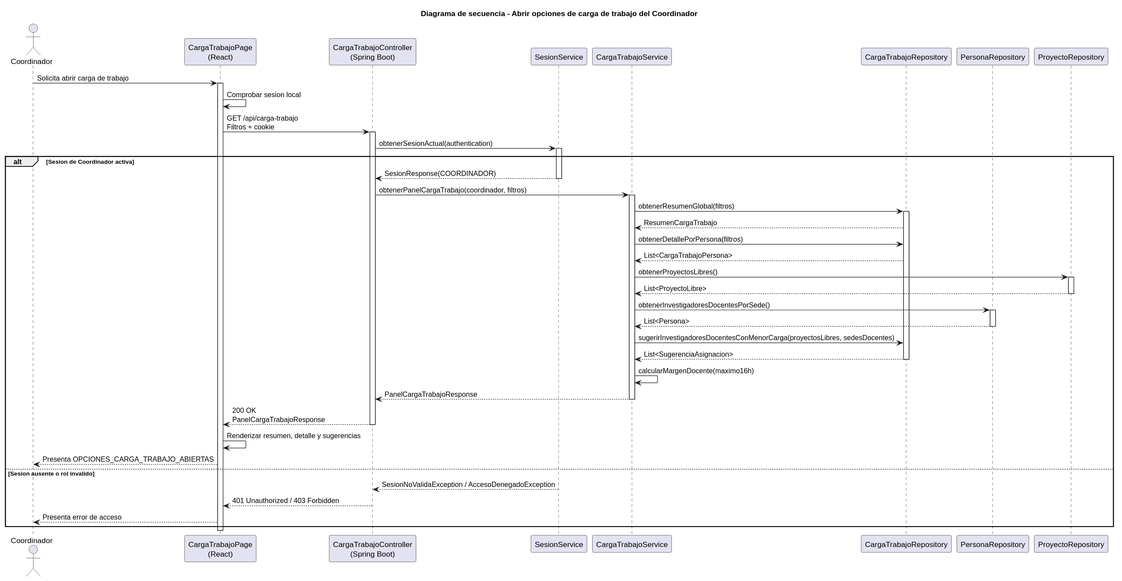
Before: images/RUP/02-diseño/casos-uso/coordinador/abrirOpcionesCargaTrabajo/secuencia.svg, a diagram exported from PlantUML (beatriizorozco/25-26-idsw2-sdVC).
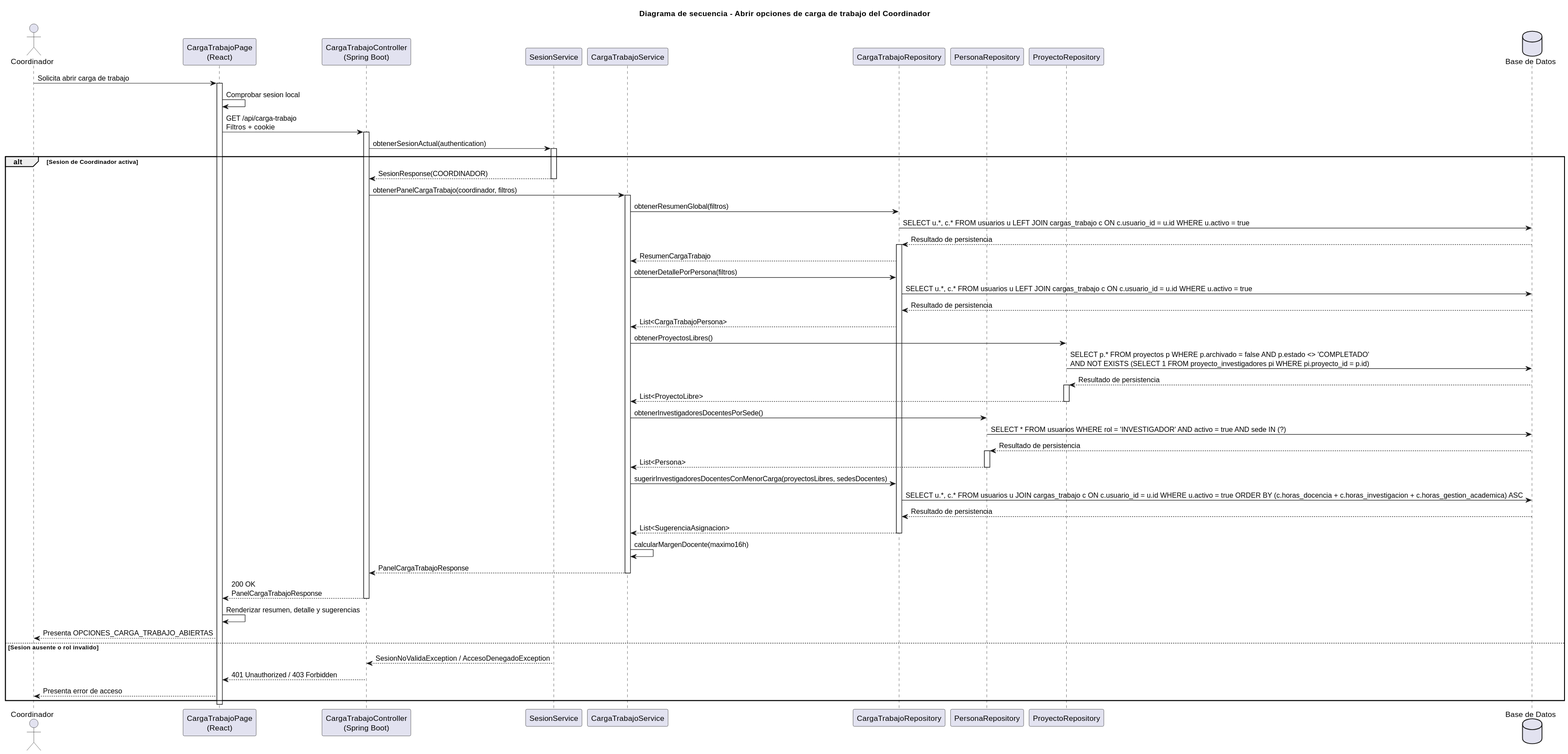
After the change.

What changed in the source:
```diff
@@ -9,6 +9,7 @@
 participant "CargaTrabajoRepository" as CargaRepo
 participant "PersonaRepository" as PersonaRepo
 participant "ProyectoRepository" as ProyectoRepo
+database "Base de Datos" as DB
 
 Coordinador -> Frontend: Solicita abrir carga de trabajo
 activate Frontend
@@ -23,19 +24,29 @@
     Api -> Service: obtenerPanelCargaTrabajo(coordinador, filtros)
     activate Service
     Service -> CargaRepo: obtenerResumenGlobal(filtros)
+    CargaRepo -> DB: SELECT u.*, c.* FROM usuarios u LEFT JOIN cargas_trabajo c ON c.usuario_id = u.id WHERE u.activo = true
+    DB --> CargaRepo: Resultado de persistencia
     activate CargaRepo
     CargaRepo --> Service: ResumenCargaTrabajo
     Service -> CargaRepo: obtenerDetallePorPersona(filtros)
+    CargaRepo -> DB: SELECT u.*, c.* FROM usuarios u LEFT JOIN cargas_trabajo c ON c.usuario_id = u.id WHERE u.activo = true
+    DB --> CargaRepo: Resultado de persistencia
     CargaRepo --> Service: List<CargaTrabajoPersona>
     Service -> ProyectoRepo: obtenerProyectosLibres()
+ProyectoRepo -> DB: SELECT p.* FROM proyectos p WHERE p.archivado = false AND p.estado <> 'COMPLETADO'\nAND NOT EXISTS (SELECT 1 FROM proyecto_investigadores pi WHERE pi.proyecto_id = p.id)
+    DB --> ProyectoRepo: Resultado de persistencia
     activate ProyectoRepo
     ProyectoRepo --> Service: List<ProyectoLibre>
     deactivate ProyectoRepo
     Service -> PersonaRepo: obtenerInvestigadoresDocentesPorSede()
+    PersonaRepo -> DB: SELECT * FROM usuarios WHERE rol = 'INVESTIGADOR' AND activo = true AND sede IN (?)
+    DB --> PersonaRepo: Resultado de persistencia
     activate PersonaRepo
     PersonaRepo --> Service: List<Persona>
     deactivate PersonaRepo
     Service -> CargaRepo: sugerirInvestigadoresDocentesConMenorCarga(proyectosLibres, sedesDocentes)
+    CargaRepo -> DB: SELECT u.*, c.* FROM usuarios u JOIN cargas_trabajo c ON c.usuario_id = u.id WHERE u.activo = true ORDER BY (c.horas_docencia + c.horas_investigacion + c.horas_gestion_academica) ASC
+    DB --> CargaRepo: Resultado de persistencia
     CargaRepo --> Service: List<SugerenciaAsignacion>
     deactivate CargaRepo
     Service -> Service: calcularMargenDocente(maximo16h)
```
